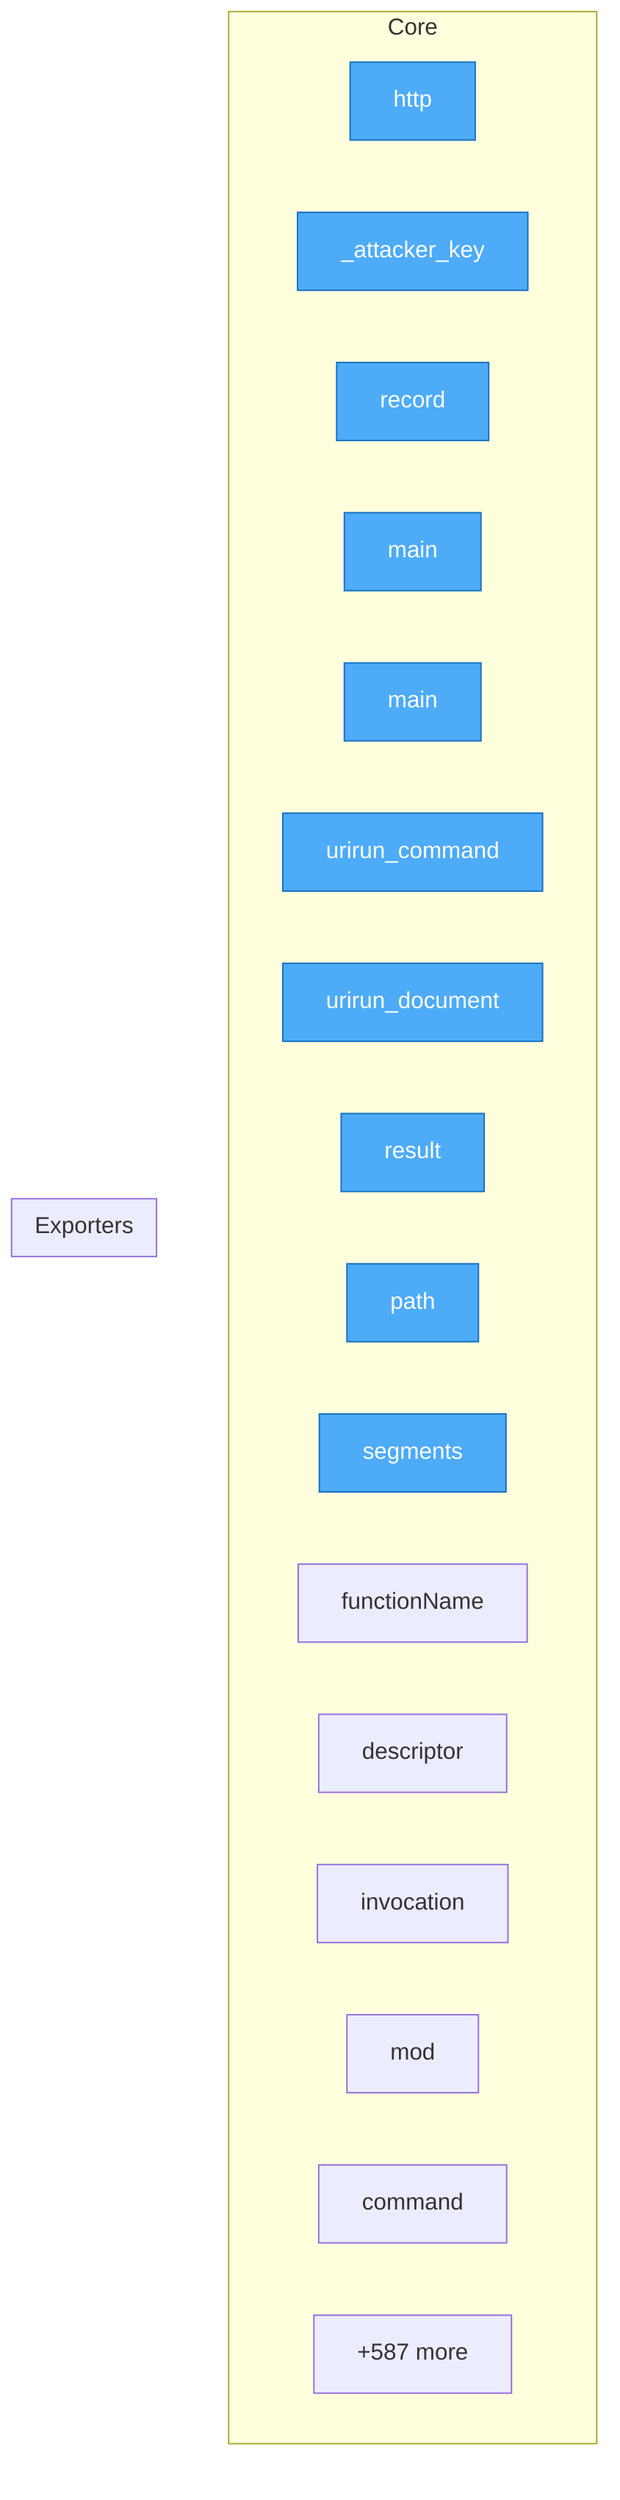
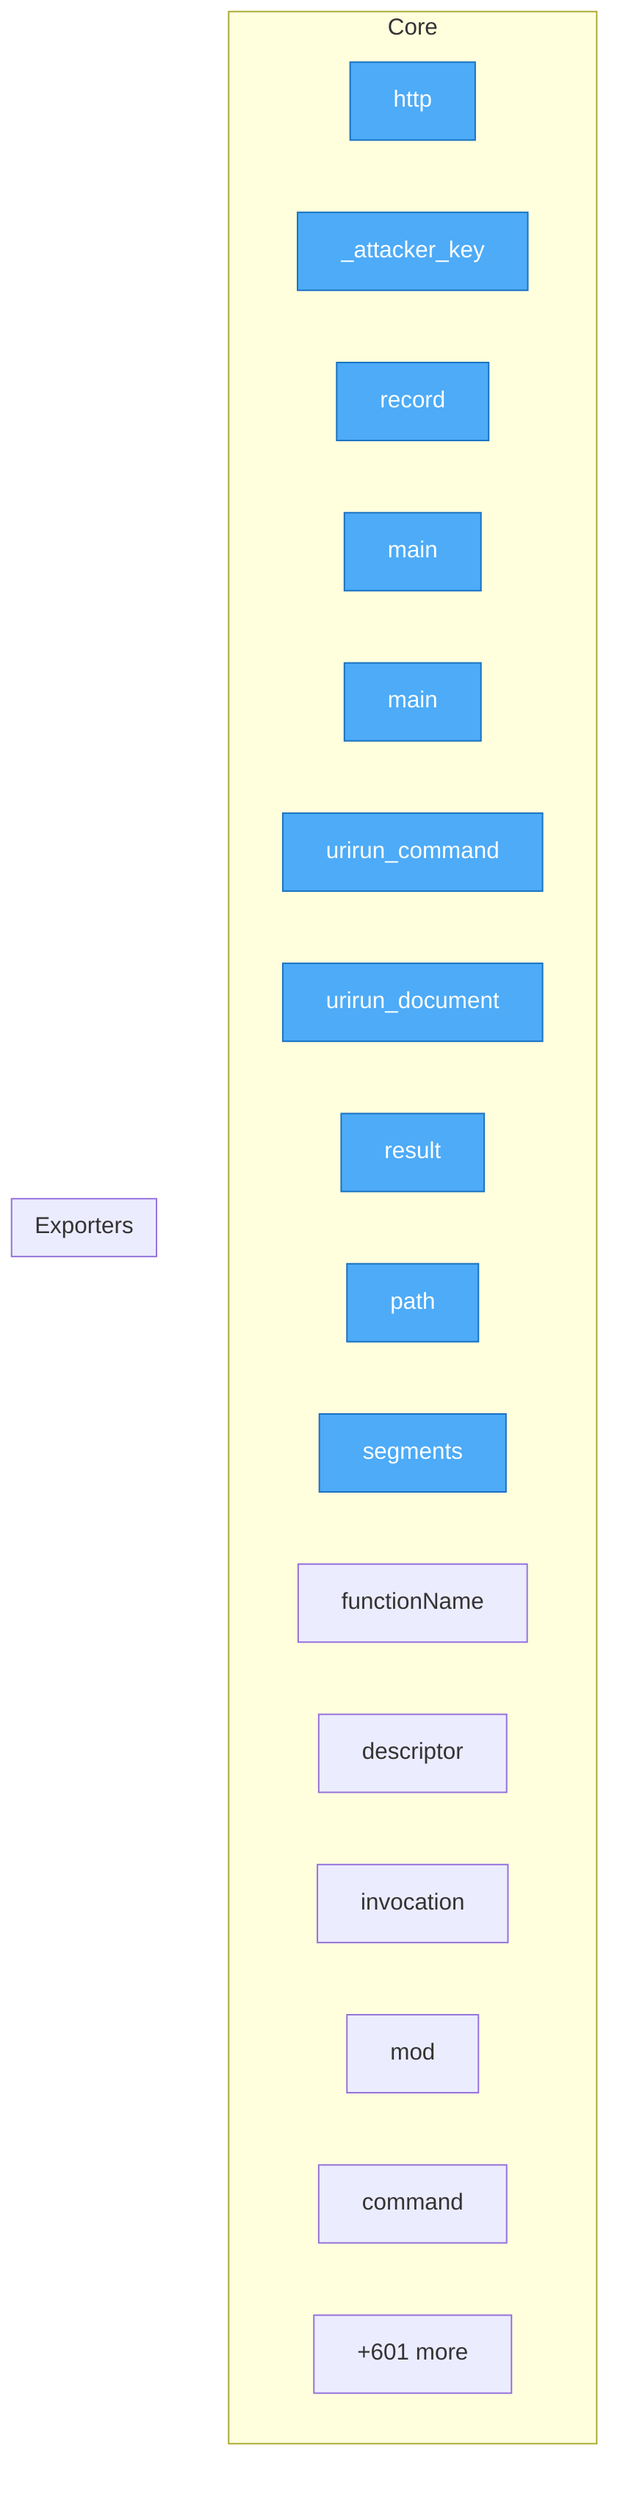
flowchart TD
- %% generated in 0.05s
+ %% generated in 0.04s

    %% Entry points (blue)
    classDef entry fill:#4dabf7,stroke:#1971c2,color:#fff

    subgraph Core
        security__mesh_probe__probe__http["http"]
        security__mesh_probe__probe___attacker_key["_attacker_key"]
        security__mesh_probe__probe__record["record"]
        adapters__conformance__main["main"]
        adapters__new_connector__main["main"]
        adapters__bash__urirun__urirun_command["urirun_command"]
        adapters__bash__urirun__urirun_document["urirun_document"]
        adapters__js__index__test__result["result"]
        adapters__js__path["path"]
        adapters__js__segments["segments"]
        adapters__js__functionName["functionName"]
        adapters__js__descriptor["descriptor"]
        adapters__js__invocation["invocation"]
        adapters__js__mod["mod"]
        adapters__java__Urirun__Urirun__command["command"]
-         ...["+587 more"]
+         ...["+601 more"]
    end

    subgraph Exporters
    end

    class security__mesh_probe__probe__http,security__mesh_probe__probe___attacker_key,security__mesh_probe__probe__record,adapters__conformance__main,adapters__new_connector__main,adapters__bash__urirun__urirun_command,adapters__bash__urirun__urirun_document,adapters__js__index__test__result,adapters__js__path,adapters__js__segments entry
